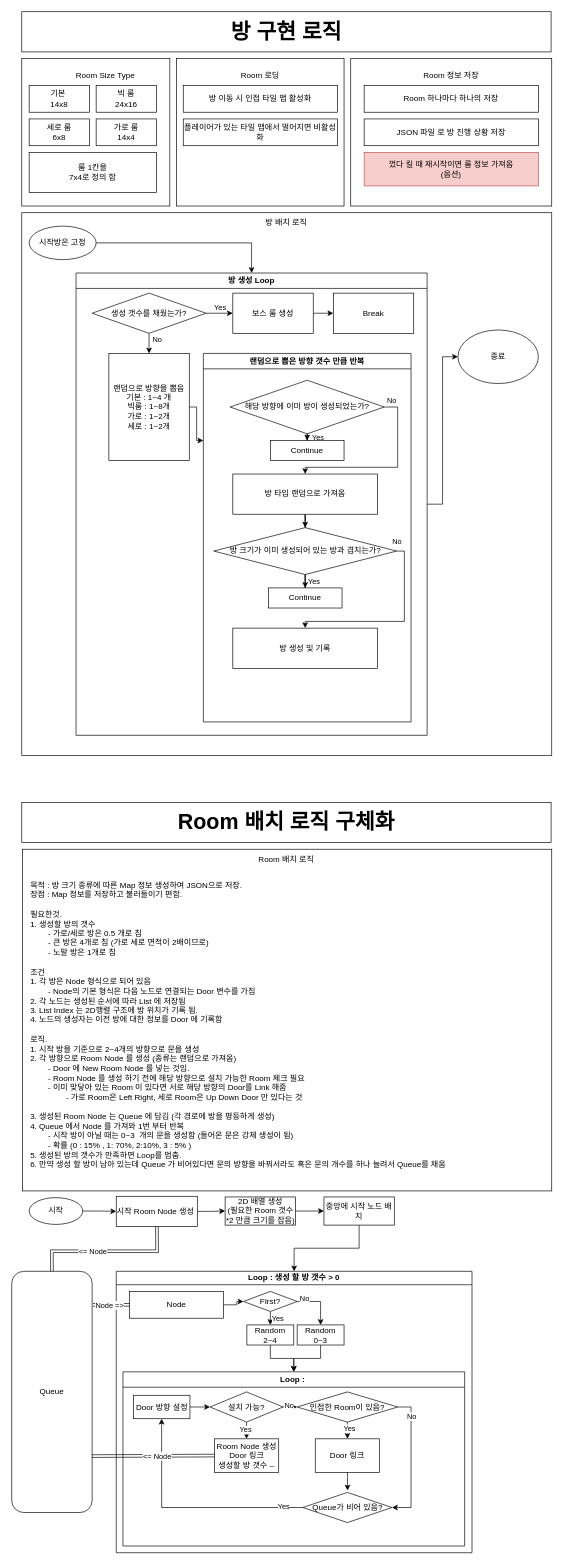
This is 방 구현 로직.drawio from lattechicken999/IsaacCopy, a draw.io file, before an edit. Source tidied: cells renumbered, new cells numbered last; positions are measured from the earlier drawing's top-left corner, leaving out a move shared by most shapes. Both pictures are drawn from the tidied source at 67%, with x=0, y=0 at pixel (11, 11).
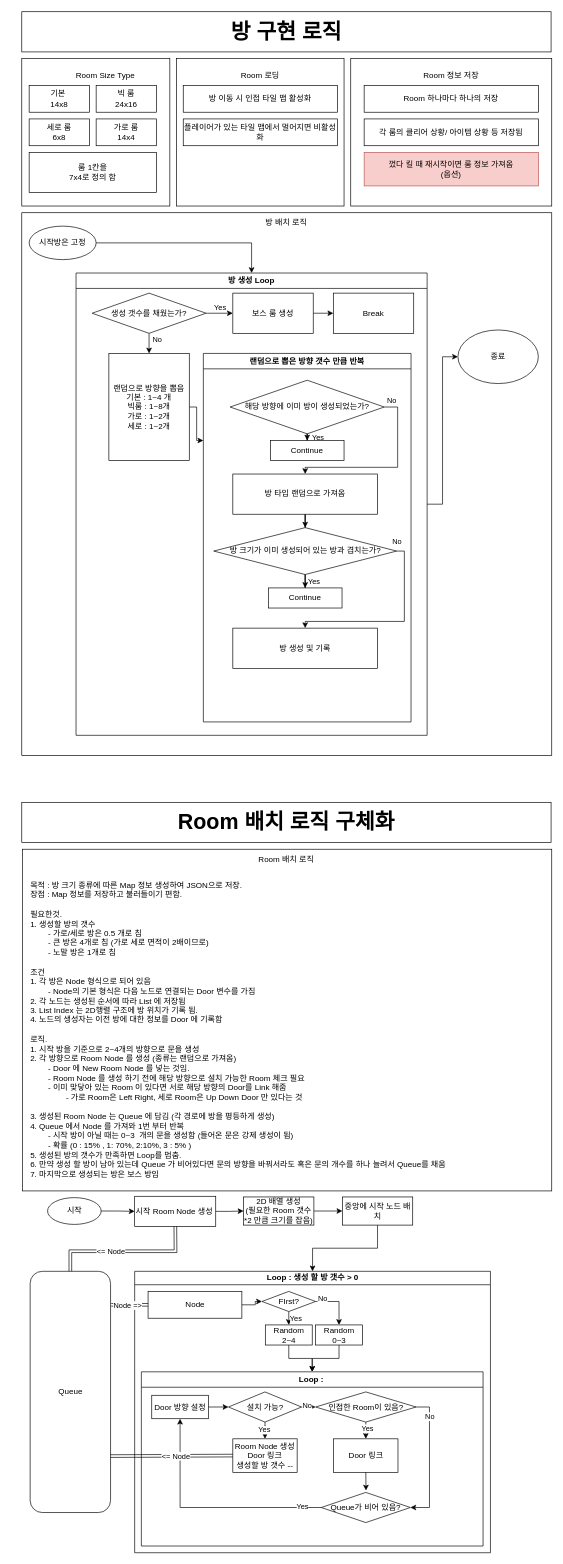
The same page after the edit.

Diff of the diagram source:
```diff
@@
-    <mxCell id="17" value="JSON 파일 로 방 진행 상황 저장" style="rounded=0;whiteSpace=wrap;html=1;" parent="1" vertex="1">
+    <mxCell id="17" value="각 룸의 클리어 상황/ 아이템 상황 등 저장됨" style="rounded=0;whiteSpace=wrap;html=1;" parent="1" vertex="1">
       <mxGeometry x="526" y="160" width="260" height="40" as="geometry" />
     </mxCell>
@@
-    <mxCell id="55" value="목적 : 방 크기 종류에 따른 Map 정보 생성하여 JSON으로 저장.&lt;div&gt;장점 : Map 정보를 저장하고 불러들이기 편함.&lt;/div&gt;&lt;div&gt;&lt;br&gt;&lt;/div&gt;&lt;div&gt;필요한것.&lt;/div&gt;&lt;div&gt;1. 생성할 방의 갯수&lt;/div&gt;&lt;div&gt;&lt;span style=&quot;white-space: pre;&quot;&gt;&#9;&lt;/span&gt;- 가로/세로 방은 0.5 개로 침&lt;br&gt;&lt;/div&gt;&lt;div&gt;&lt;span style=&quot;white-space: pre;&quot;&gt;&#9;&lt;/span&gt;- 큰 방은 4개로 침 (가로 세로 면적이 2배이므로)&lt;br&gt;&lt;/div&gt;&lt;div&gt;&lt;span style=&quot;white-space: pre;&quot;&gt;&#9;&lt;/span&gt;- 노말 방은 1개로 침&lt;br&gt;&lt;/div&gt;&lt;div&gt;&lt;br&gt;&lt;/div&gt;&lt;div&gt;조건&lt;/div&gt;&lt;div&gt;1. 각 방은 Node 형식으로 되어 있음&lt;/div&gt;&lt;div&gt;&lt;span style=&quot;white-space: pre;&quot;&gt;&#9;&lt;/span&gt;- Node의 기본 형식은 다음 노드로 연결되는 Door 변수를 가짐&lt;br&gt;&lt;/div&gt;&lt;div&gt;2. 각 노드는 생성된 순서에 따라 List 에 저장됨&lt;/div&gt;&lt;div&gt;3. List Index 는 2D행렬 구조에 방 위치가 기록 됨.&lt;/div&gt;&lt;div&gt;4. 노드의 생성자는 이전 방에 대한 정보를 Door 에 기록함&lt;/div&gt;&lt;div&gt;&lt;br&gt;&lt;/div&gt;&lt;div&gt;로직.&lt;/div&gt;&lt;div&gt;1. 시작 방을 기준으로 2~4개의 방향으로 문을 생성&lt;/div&gt;&lt;div&gt;2. 각 방향으로 Room Node 를 생성 (종류는 랜덤으로 가져옴)&lt;/div&gt;&lt;div&gt;&lt;span style=&quot;white-space: pre;&quot;&gt;&#9;&lt;/span&gt;- Door 에 New Room Node 를 넣는 것임.&lt;br&gt;&lt;/div&gt;&lt;div&gt;&lt;span style=&quot;white-space: pre;&quot;&gt;&#9;&lt;/span&gt;- Room Node 를 생성 하기 전에 해당 방향으로 설치 가능한 Room 체크 필요&lt;br&gt;&lt;/div&gt;&lt;div&gt;&lt;span style=&quot;white-space: pre;&quot;&gt;&#9;&lt;/span&gt;- 이미 맞닿아 있는 Room 이 있다면 서로 해당 방향의 Door를 Link 해줌&lt;br&gt;&lt;/div&gt;&lt;div&gt;&lt;span style=&quot;white-space: pre;&quot;&gt;&#9;&lt;span style=&quot;white-space: pre;&quot;&gt;&#9;&lt;/span&gt;&lt;/span&gt;- 가로 Room은 Left Right, 세로 Room은 Up Down Door 만 있다는 것&lt;br&gt;&lt;/div&gt;&lt;div&gt;&lt;br&gt;&lt;/div&gt;&lt;div&gt;3. 생성된 Room Node 는 Queue 에 담김 (각 경로에 방을 평등하게 생성)&lt;/div&gt;&lt;div&gt;4. Queue 에서 Node 를 가져와 1번 부터 반복&lt;/div&gt;&lt;div&gt;&lt;span style=&quot;white-space: pre;&quot;&gt;&#9;&lt;/span&gt;- 시작 방이 아닐 때는 0~3&amp;nbsp; 개의 문을 생성함 (들어온 문은 강제 생성이 됨)&lt;br&gt;&lt;/div&gt;&lt;div&gt;&lt;span style=&quot;white-space: pre;&quot;&gt;&#9;&lt;/span&gt;- 확률 (0 : 15% , 1: 70%, 2:10%, 3 : 5% )&lt;br&gt;&lt;/div&gt;&lt;div&gt;5. 생성된 방의 갯수가 만족하면 Loop를 멈춤.&lt;/div&gt;&lt;div&gt;6. 만약 생성 할 방이 남아 있는데 Queue 가 비어있다면 문의 방향을 바꿔서라도 혹은 문의 개수를 하나 늘려서 Queue를 채움&lt;/div&gt;&lt;div&gt;&lt;br&gt;&lt;/div&gt;&lt;div&gt;&lt;br&gt;&lt;/div&gt;&lt;div&gt;&lt;br&gt;&lt;/div&gt;" style="text;html=1;whiteSpace=wrap;strokeColor=none;fillColor=none;align=left;verticalAlign=top;rounded=0;" parent="1" vertex="1">
+    <mxCell id="55" value="목적 : 방 크기 종류에 따른 Map 정보 생성하여 JSON으로 저장.&lt;div&gt;장점 : Map 정보를 저장하고 불러들이기 편함.&lt;/div&gt;&lt;div&gt;&lt;br&gt;&lt;/div&gt;&lt;div&gt;필요한것.&lt;/div&gt;&lt;div&gt;1. 생성할 방의 갯수&lt;/div&gt;&lt;div&gt;&lt;span style=&quot;white-space: pre;&quot;&gt;&#9;&lt;/span&gt;- 가로/세로 방은 0.5 개로 침&lt;br&gt;&lt;/div&gt;&lt;div&gt;&lt;span style=&quot;white-space: pre;&quot;&gt;&#9;&lt;/span&gt;- 큰 방은 4개로 침 (가로 세로 면적이 2배이므로)&lt;br&gt;&lt;/div&gt;&lt;div&gt;&lt;span style=&quot;white-space: pre;&quot;&gt;&#9;&lt;/span&gt;- 노말 방은 1개로 침&lt;br&gt;&lt;/div&gt;&lt;div&gt;&lt;br&gt;&lt;/div&gt;&lt;div&gt;조건&lt;/div&gt;&lt;div&gt;1. 각 방은 Node 형식으로 되어 있음&lt;/div&gt;&lt;div&gt;&lt;span style=&quot;white-space: pre;&quot;&gt;&#9;&lt;/span&gt;- Node의 기본 형식은 다음 노드로 연결되는 Door 변수를 가짐&lt;br&gt;&lt;/div&gt;&lt;div&gt;2. 각 노드는 생성된 순서에 따라 List 에 저장됨&lt;/div&gt;&lt;div&gt;3. List Index 는 2D행렬 구조에 방 위치가 기록 됨.&lt;/div&gt;&lt;div&gt;4. 노드의 생성자는 이전 방에 대한 정보를 Door 에 기록함&lt;/div&gt;&lt;div&gt;&lt;br&gt;&lt;/div&gt;&lt;div&gt;로직.&lt;/div&gt;&lt;div&gt;1. 시작 방을 기준으로 2~4개의 방향으로 문을 생성&lt;/div&gt;&lt;div&gt;2. 각 방향으로 Room Node 를 생성 (종류는 랜덤으로 가져옴)&lt;/div&gt;&lt;div&gt;&lt;span style=&quot;white-space: pre;&quot;&gt;&#9;&lt;/span&gt;- Door 에 New Room Node 를 넣는 것임.&lt;br&gt;&lt;/div&gt;&lt;div&gt;&lt;span style=&quot;white-space: pre;&quot;&gt;&#9;&lt;/span&gt;- Room Node 를 생성 하기 전에 해당 방향으로 설치 가능한 Room 체크 필요&lt;br&gt;&lt;/div&gt;&lt;div&gt;&lt;span style=&quot;white-space: pre;&quot;&gt;&#9;&lt;/span&gt;- 이미 맞닿아 있는 Room 이 있다면 서로 해당 방향의 Door를 Link 해줌&lt;br&gt;&lt;/div&gt;&lt;div&gt;&lt;span style=&quot;white-space: pre;&quot;&gt;&#9;&lt;span style=&quot;white-space: pre;&quot;&gt;&#9;&lt;/span&gt;&lt;/span&gt;- 가로 Room은 Left Right, 세로 Room은 Up Down Door 만 있다는 것&lt;br&gt;&lt;/div&gt;&lt;div&gt;&lt;br&gt;&lt;/div&gt;&lt;div&gt;3. 생성된 Room Node 는 Queue 에 담김 (각 경로에 방을 평등하게 생성)&lt;/div&gt;&lt;div&gt;4. Queue 에서 Node 를 가져와 1번 부터 반복&lt;/div&gt;&lt;div&gt;&lt;span style=&quot;white-space: pre;&quot;&gt;&#9;&lt;/span&gt;- 시작 방이 아닐 때는 0~3&amp;nbsp; 개의 문을 생성함 (들어온 문은 강제 생성이 됨)&lt;br&gt;&lt;/div&gt;&lt;div&gt;&lt;span style=&quot;white-space: pre;&quot;&gt;&#9;&lt;/span&gt;- 확률 (0 : 15% , 1: 70%, 2:10%, 3 : 5% )&lt;br&gt;&lt;/div&gt;&lt;div&gt;5. 생성된 방의 갯수가 만족하면 Loop를 멈춤.&lt;/div&gt;&lt;div&gt;6. 만약 생성 할 방이 남아 있는데 Queue 가 비어있다면 문의 방향을 바꿔서라도 혹은 문의 개수를 하나 늘려서 Queue를 채움&lt;/div&gt;&lt;div&gt;7. 마지막으로 생성되는 방은 보스 방임&lt;/div&gt;&lt;div&gt;&lt;br&gt;&lt;/div&gt;&lt;div&gt;&lt;br&gt;&lt;/div&gt;" style="text;html=1;whiteSpace=wrap;strokeColor=none;fillColor=none;align=left;verticalAlign=top;rounded=0;" parent="1" vertex="1">
       <mxGeometry x="26" y="1290" width="770" height="470" as="geometry" />
     </mxCell>
@@
     <mxCell id="57" value="시작" style="ellipse;whiteSpace=wrap;html=1;" parent="1" vertex="1">
-      <mxGeometry x="26" y="1770" width="80" height="40" as="geometry" />
+      <mxGeometry x="53.5" y="1770" width="80" height="40" as="geometry" />
     </mxCell>
     <mxCell id="58" value="Loop : 생성 할 방 갯수 &amp;gt; 0" style="swimlane;whiteSpace=wrap;html=1;startSize=20;" parent="1" vertex="1">
-      <mxGeometry x="156" y="1880" width="531" height="420" as="geometry" />
+      <mxGeometry x="183.5" y="1880" width="531" height="420" as="geometry" />
     </mxCell>
@@
     <mxCell id="90" value="시작 Room Node 생성&amp;nbsp;" style="rounded=0;whiteSpace=wrap;html=1;" parent="1" vertex="1">
-      <mxGeometry x="156" y="1768" width="121" height="45" as="geometry" />
+      <mxGeometry x="183.5" y="1768" width="121" height="45" as="geometry" />
     </mxCell>
@@
     <mxCell id="92" value="2D 배열 생성&lt;br&gt;(필요한 Room 갯수 *2 만큼 크기를 잡음)" style="rounded=0;whiteSpace=wrap;html=1;" parent="1" vertex="1">
-      <mxGeometry x="318.5" y="1769" width="105" height="42" as="geometry" />
+      <mxGeometry x="346" y="1769" width="105" height="42" as="geometry" />
     </mxCell>
@@
     <mxCell id="94" value="중앙에 시작 노드 배치" style="rounded=0;whiteSpace=wrap;html=1;" parent="1" vertex="1">
-      <mxGeometry x="466" y="1769" width="105" height="42" as="geometry" />
+      <mxGeometry x="493.5" y="1769" width="105" height="42" as="geometry" />
     </mxCell>
     <mxCell id="95" value="Queue" style="rounded=1;whiteSpace=wrap;html=1;" parent="1" vertex="1">
-      <mxGeometry y="1880" width="120" height="360" as="geometry" />
+      <mxGeometry x="27.5" y="1880" width="120" height="360" as="geometry" />
     </mxCell>
     <mxCell id="96" style="shape=link;html=1;rounded=0;exitX=0.5;exitY=0;exitDx=0;exitDy=0;" parent="1" edge="1" source="95" target="90">
       <mxGeometry relative="1" as="geometry">
         <Array as="points">
-          <mxPoint x="60" y="1850" />
-          <mxPoint x="217" y="1850" />
+          <mxPoint x="87.5" y="1850" />
+          <mxPoint x="244.5" y="1850" />
         </Array>
       </mxGeometry>
     </mxCell>
@@
     <mxCell id="98" style="shape=link;html=1;rounded=0;" parent="1" edge="1">
       <mxGeometry relative="1" as="geometry">
-        <mxPoint x="121" y="1930" as="sourcePoint" />
-        <mxPoint x="176" y="1930" as="targetPoint" />
+        <mxPoint x="148.5" y="1930" as="sourcePoint" />
+        <mxPoint x="203.5" y="1930" as="targetPoint" />
       </mxGeometry>
     </mxCell>
```
